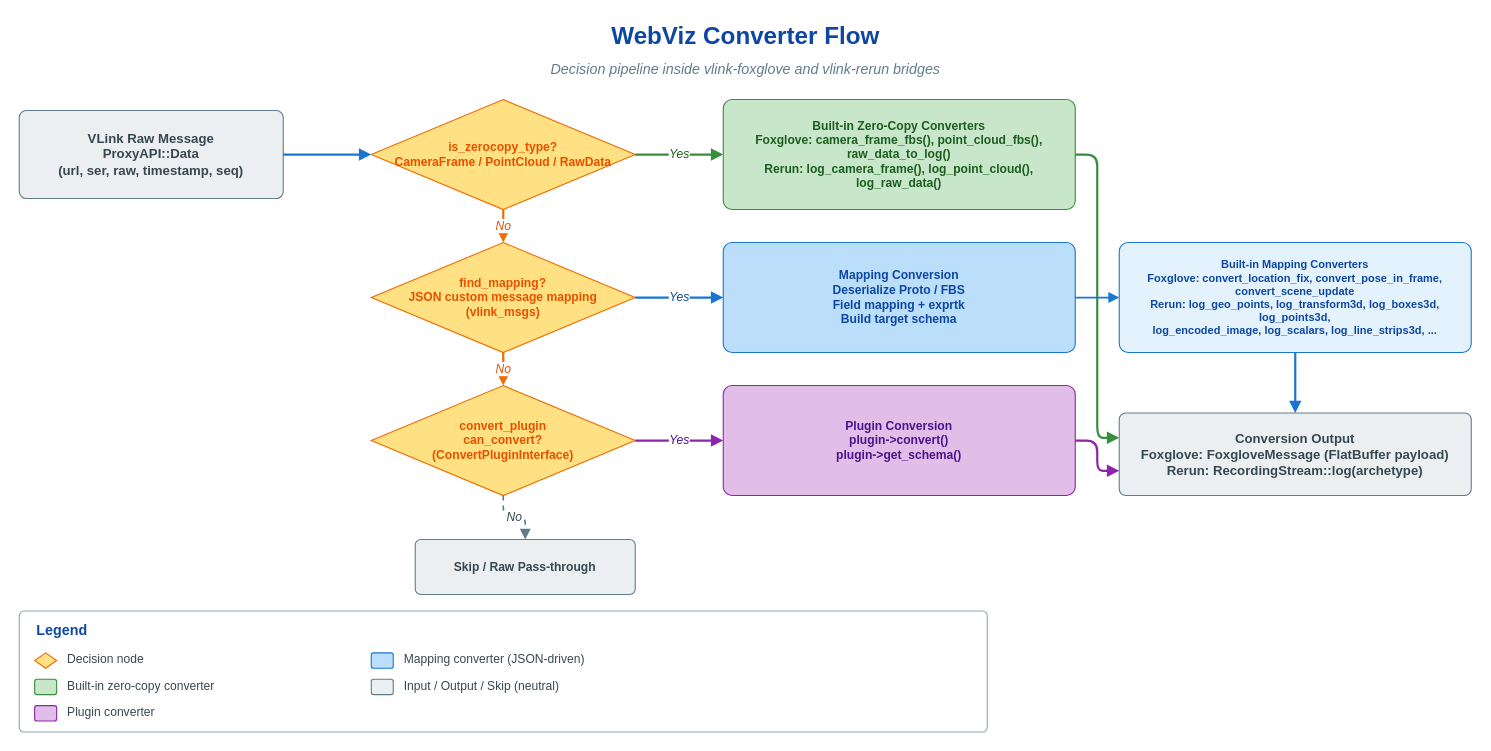
This is doc/images/webviz-converter-flow.drawio from thun-res/vlink, a draw.io file, before an edit. Source tidied: cells renumbered, new cells numbered last; positions are measured from the earlier drawing's top-left corner, leaving out a move shared by most shapes. Both pictures are drawn from the tidied source at 110%, with x=0, y=0 at pixel (19, 19).
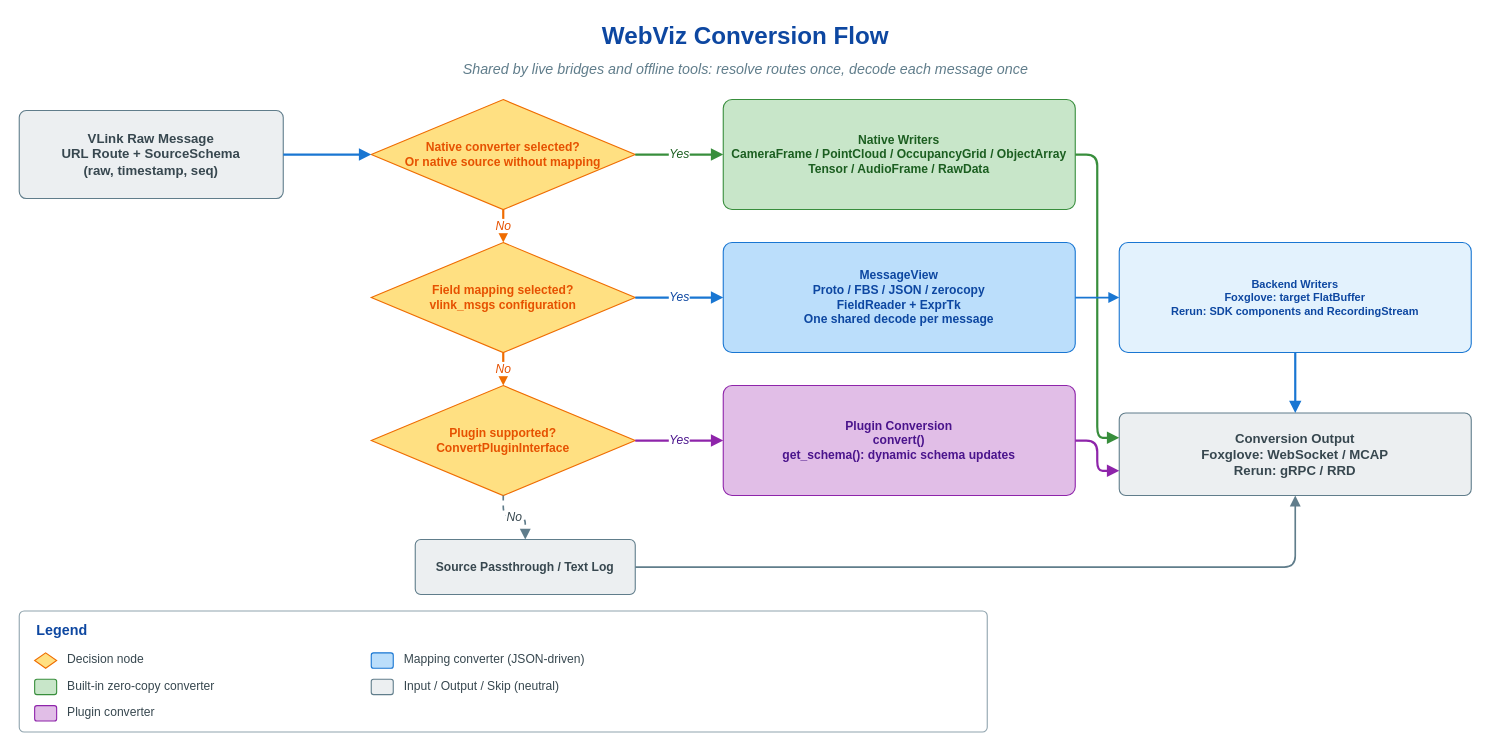
The same diagram, later.

What changed in the source:
```diff
@@
-    <mxCell id="2" value="WebViz Converter Flow" style="text;html=1;align=center;verticalAlign=middle;strokeColor=none;fillColor=none;fontFamily=Helvetica;fontSize=22;fontStyle=1;fontColor=#0d47a1;" parent="1" vertex="1">
+    <mxCell id="2" value="WebViz Conversion Flow" style="text;html=1;align=center;verticalAlign=middle;strokeColor=none;fillColor=none;fontFamily=Helvetica;fontSize=22;fontStyle=1;fontColor=#0d47a1;" parent="1" vertex="1">
       <mxGeometry width="1320" height="32" as="geometry" />
     </mxCell>
-    <mxCell id="3" value="Decision pipeline inside vlink-foxglove and vlink-rerun bridges" style="text;html=1;align=center;verticalAlign=middle;strokeColor=none;fillColor=none;fontFamily=Helvetica;fontSize=13;fontStyle=2;fontColor=#607d8b;" parent="1" vertex="1">
+    <mxCell id="3" value="Shared by live bridges and offline tools: resolve routes once, decode each message once" style="text;html=1;align=center;verticalAlign=middle;strokeColor=none;fillColor=none;fontFamily=Helvetica;fontSize=13;fontStyle=2;fontColor=#607d8b;" parent="1" vertex="1">
       <mxGeometry y="34" width="1320" height="22" as="geometry" />
     </mxCell>
-    <mxCell id="4" value="VLink Raw Message&#10;ProxyAPI::Data&#10;(url, ser, raw, timestamp, seq)" style="rounded=1;whiteSpace=wrap;html=1;fillColor=#eceff1;strokeColor=#607d8b;fontColor=#37474f;fontFamily=Helvetica;fontSize=12;fontStyle=1;shadow=0;arcSize=8;" parent="1" vertex="1">
+    <mxCell id="4" value="VLink Raw Message&#10;URL Route + SourceSchema&#10;(raw, timestamp, seq)" style="rounded=1;whiteSpace=wrap;html=1;fillColor=#eceff1;strokeColor=#607d8b;fontColor=#37474f;fontFamily=Helvetica;fontSize=12;fontStyle=1;shadow=0;arcSize=8;" parent="1" vertex="1">
       <mxGeometry y="83" width="240" height="80" as="geometry" />
     </mxCell>
-    <mxCell id="5" value="is_zerocopy_type?&#10;CameraFrame / PointCloud / RawData" style="rhombus;whiteSpace=wrap;html=1;fillColor=#ffe082;strokeColor=#ef6c00;fontColor=#e65100;fontFamily=Helvetica;fontSize=11;fontStyle=1;shadow=0;" parent="1" vertex="1">
+    <mxCell id="5" value="Native converter selected?&#10;Or native source without mapping" style="rhombus;whiteSpace=wrap;html=1;fillColor=#ffe082;strokeColor=#ef6c00;fontColor=#e65100;fontFamily=Helvetica;fontSize=11;fontStyle=1;shadow=0;" parent="1" vertex="1">
       <mxGeometry x="320" y="73" width="240" height="100" as="geometry" />
     </mxCell>
-    <mxCell id="6" value="Built-in Zero-Copy Converters&#10;Foxglove: camera_frame_fbs(), point_cloud_fbs(), raw_data_to_log()&#10;Rerun: log_camera_frame(), log_point_cloud(), log_raw_data()" style="rounded=1;whiteSpace=wrap;html=1;fillColor=#c8e6c9;strokeColor=#388e3c;fontColor=#1b5e20;fontFamily=Helvetica;fontSize=11;fontStyle=1;shadow=0;arcSize=8;" parent="1" vertex="1">
+    <mxCell id="6" value="Native Writers&#10;CameraFrame / PointCloud / OccupancyGrid / ObjectArray&#10;Tensor / AudioFrame / RawData" style="rounded=1;whiteSpace=wrap;html=1;fillColor=#c8e6c9;strokeColor=#388e3c;fontColor=#1b5e20;fontFamily=Helvetica;fontSize=11;fontStyle=1;shadow=0;arcSize=8;" parent="1" vertex="1">
       <mxGeometry x="640" y="73" width="320" height="100" as="geometry" />
     </mxCell>
-    <mxCell id="7" value="find_mapping?&#10;JSON custom message mapping&#10;(vlink_msgs)" style="rhombus;whiteSpace=wrap;html=1;fillColor=#ffe082;strokeColor=#ef6c00;fontColor=#e65100;fontFamily=Helvetica;fontSize=11;fontStyle=1;shadow=0;" parent="1" vertex="1">
+    <mxCell id="7" value="Field mapping selected?&#10;vlink_msgs configuration" style="rhombus;whiteSpace=wrap;html=1;fillColor=#ffe082;strokeColor=#ef6c00;fontColor=#e65100;fontFamily=Helvetica;fontSize=11;fontStyle=1;shadow=0;" parent="1" vertex="1">
       <mxGeometry x="320" y="203" width="240" height="100" as="geometry" />
     </mxCell>
-    <mxCell id="8" value="Mapping Conversion&#10;Deserialize Proto / FBS&#10;Field mapping + exprtk&#10;Build target schema" style="rounded=1;whiteSpace=wrap;html=1;fillColor=#bbdefb;strokeColor=#1976d2;fontColor=#0d47a1;fontFamily=Helvetica;fontSize=11;fontStyle=1;shadow=0;arcSize=8;" parent="1" vertex="1">
+    <mxCell id="8" value="MessageView&#10;Proto / FBS / JSON / zerocopy&#10;FieldReader + ExprTk&#10;One shared decode per message" style="rounded=1;whiteSpace=wrap;html=1;fillColor=#bbdefb;strokeColor=#1976d2;fontColor=#0d47a1;fontFamily=Helvetica;fontSize=11;fontStyle=1;shadow=0;arcSize=8;" parent="1" vertex="1">
       <mxGeometry x="640" y="203" width="320" height="100" as="geometry" />
     </mxCell>
-    <mxCell id="9" value="convert_plugin&#10;can_convert?&#10;(ConvertPluginInterface)" style="rhombus;whiteSpace=wrap;html=1;fillColor=#ffe082;strokeColor=#ef6c00;fontColor=#e65100;fontFamily=Helvetica;fontSize=11;fontStyle=1;shadow=0;" parent="1" vertex="1">
+    <mxCell id="9" value="Plugin supported?&#10;ConvertPluginInterface" style="rhombus;whiteSpace=wrap;html=1;fillColor=#ffe082;strokeColor=#ef6c00;fontColor=#e65100;fontFamily=Helvetica;fontSize=11;fontStyle=1;shadow=0;" parent="1" vertex="1">
       <mxGeometry x="320" y="333" width="240" height="100" as="geometry" />
     </mxCell>
-    <mxCell id="10" value="Plugin Conversion&#10;plugin-&gt;convert()&#10;plugin-&gt;get_schema()" style="rounded=1;whiteSpace=wrap;html=1;fillColor=#e1bee7;strokeColor=#8e24aa;fontColor=#4a148c;fontFamily=Helvetica;fontSize=11;fontStyle=1;shadow=0;arcSize=8;" parent="1" vertex="1">
+    <mxCell id="10" value="Plugin Conversion&#10;convert()&#10;get_schema(): dynamic schema updates" style="rounded=1;whiteSpace=wrap;html=1;fillColor=#e1bee7;strokeColor=#8e24aa;fontColor=#4a148c;fontFamily=Helvetica;fontSize=11;fontStyle=1;shadow=0;arcSize=8;" parent="1" vertex="1">
       <mxGeometry x="640" y="333" width="320" height="100" as="geometry" />
     </mxCell>
-    <mxCell id="11" value="Built-in Mapping Converters&#10;Foxglove: convert_location_fix, convert_pose_in_frame, convert_scene_update&#10;Rerun: log_geo_points, log_transform3d, log_boxes3d, log_points3d,&#10;log_encoded_image, log_scalars, log_line_strips3d, ..." style="rounded=1;whiteSpace=wrap;html=1;fillColor=#e3f2fd;strokeColor=#1976d2;fontColor=#0d47a1;fontFamily=Helvetica;fontSize=10;fontStyle=1;shadow=0;arcSize=8;" parent="1" vertex="1">
+    <mxCell id="11" value="Backend Writers&#10;Foxglove: target FlatBuffer&#10;Rerun: SDK components and RecordingStream" style="rounded=1;whiteSpace=wrap;html=1;fillColor=#e3f2fd;strokeColor=#1976d2;fontColor=#0d47a1;fontFamily=Helvetica;fontSize=10;fontStyle=1;shadow=0;arcSize=8;" parent="1" vertex="1">
       <mxGeometry x="1000" y="203" width="320" height="100" as="geometry" />
     </mxCell>
-    <mxCell id="12" value="Skip / Raw Pass-through" style="rounded=1;whiteSpace=wrap;html=1;fillColor=#eceff1;strokeColor=#607d8b;fontColor=#37474f;fontFamily=Helvetica;fontSize=11;fontStyle=1;shadow=0;arcSize=10;" parent="1" vertex="1">
+    <mxCell id="12" value="Source Passthrough / Text Log" style="rounded=1;whiteSpace=wrap;html=1;fillColor=#eceff1;strokeColor=#607d8b;fontColor=#37474f;fontFamily=Helvetica;fontSize=11;fontStyle=1;shadow=0;arcSize=10;" parent="1" vertex="1">
       <mxGeometry x="360" y="473" width="200" height="50" as="geometry" />
     </mxCell>
-    <mxCell id="13" value="Conversion Output&#10;Foxglove: FoxgloveMessage (FlatBuffer payload)&#10;Rerun: RecordingStream::log(archetype)" style="rounded=1;whiteSpace=wrap;html=1;fillColor=#eceff1;strokeColor=#607d8b;fontColor=#37474f;fontFamily=Helvetica;fontSize=12;fontStyle=1;shadow=0;arcSize=8;" parent="1" vertex="1">
+    <mxCell id="13" value="Conversion Output&#10;Foxglove: WebSocket / MCAP&#10;Rerun: gRPC / RRD" style="rounded=1;whiteSpace=wrap;html=1;fillColor=#eceff1;strokeColor=#607d8b;fontColor=#37474f;fontFamily=Helvetica;fontSize=12;fontStyle=1;shadow=0;arcSize=8;" parent="1" vertex="1">
       <mxGeometry x="1000" y="358" width="320" height="75" as="geometry" />
     </mxCell>
@@
+    <mxCell id="37" style="endArrow=block;endFill=1;html=1;strokeWidth=1.5;strokeColor=#607d8b;edgeStyle=orthogonalEdgeStyle;rounded=1;exitX=1;exitY=0.5;entryX=0.5;entryY=1;" parent="1" edge="1" source="12" target="13">
+      <mxGeometry relative="1" as="geometry" />
+    </mxCell>
```
